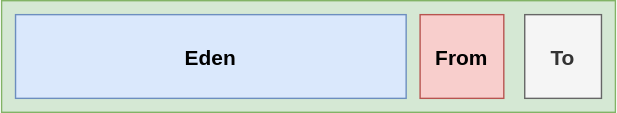
Before: Java/JVM/JVM内存模型/新生代结构.drawio.svg, a diagram exported from draw.io (Developer-Tang/notes). Source tidied: cells renumbered, new cells last; positions are measured from the earlier drawing's top-left corner, leaving out a move shared by most shapes.
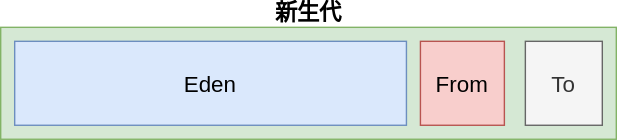
After the commit.

What changed in the source:
```diff
@@ -2,16 +2,16 @@
   <root>
     <mxCell id="0" />
     <mxCell id="1" parent="0" />
-    <mxCell id="2" style="rounded=0;fontSize=20;align=left;verticalAlign=bottom;fillColor=#d5e8d4;strokeColor=#82b366;labelPosition=center;verticalLabelPosition=top;fontStyle=1;" parent="1" vertex="1">
+    <mxCell id="2" value="新生代" style="rounded=0;fontSize=16;align=center;verticalAlign=bottom;fillColor=#d5e8d4;strokeColor=#82b366;labelPosition=center;verticalLabelPosition=top;fontStyle=1;" parent="1" vertex="1">
       <mxGeometry width="440" height="80" as="geometry" />
     </mxCell>
-    <mxCell id="3" value="Eden" style="fontSize=15;align=center;verticalAlign=middle;fillColor=#dae8fc;strokeColor=#6c8ebf;fontStyle=1;" parent="1" vertex="1">
+    <mxCell id="3" value="Eden" style="fontSize=16;align=center;verticalAlign=middle;fillColor=#dae8fc;strokeColor=#6c8ebf;fontStyle=0;" parent="1" vertex="1">
       <mxGeometry x="10" y="10" width="280" height="60" as="geometry" />
     </mxCell>
-    <mxCell id="4" value="From" style="fontSize=15;align=center;verticalAlign=middle;fillColor=#f8cecc;strokeColor=#b85450;fontStyle=1;" parent="1" vertex="1">
+    <mxCell id="4" value="From" style="fontSize=16;align=center;verticalAlign=middle;fillColor=#f8cecc;strokeColor=#b85450;fontStyle=0;" parent="1" vertex="1">
       <mxGeometry x="300" y="10" width="60" height="60" as="geometry" />
     </mxCell>
-    <mxCell id="5" value="To" style="fontSize=15;align=center;verticalAlign=middle;fillColor=#f5f5f5;strokeColor=#666666;fontColor=#333333;fontStyle=1;" parent="1" vertex="1">
+    <mxCell id="5" value="To" style="fontSize=16;align=center;verticalAlign=middle;fillColor=#f5f5f5;strokeColor=#666666;fontColor=#333333;fontStyle=0;" parent="1" vertex="1">
       <mxGeometry x="375" y="10" width="55" height="60" as="geometry" />
     </mxCell>
   </root>
```
